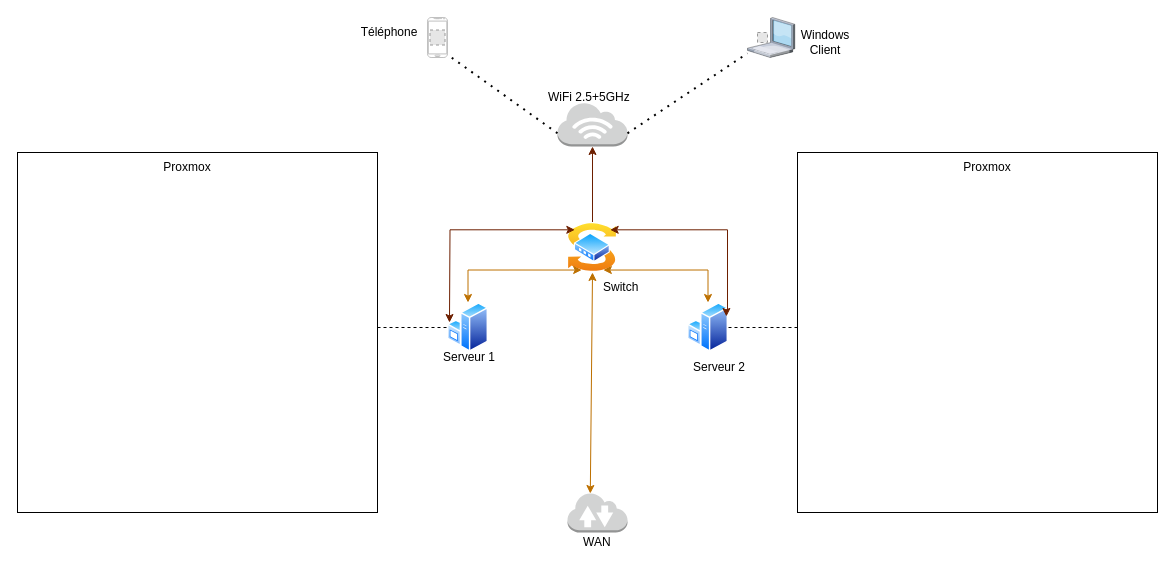
Earlier version of the draw.io diagram E5 - Schematic.drawio (E5-MMGE/Schema). Source tidied: cells renumbered, new cells numbered last; positions are measured from the earlier drawing's top-left corner, leaving out a move shared by most shapes. Both pictures are drawn from the tidied source at 100%, with x=0, y=0 at pixel (17, 17). Pictures stored in the file or linked from it are replaced by grey dashed boxes.
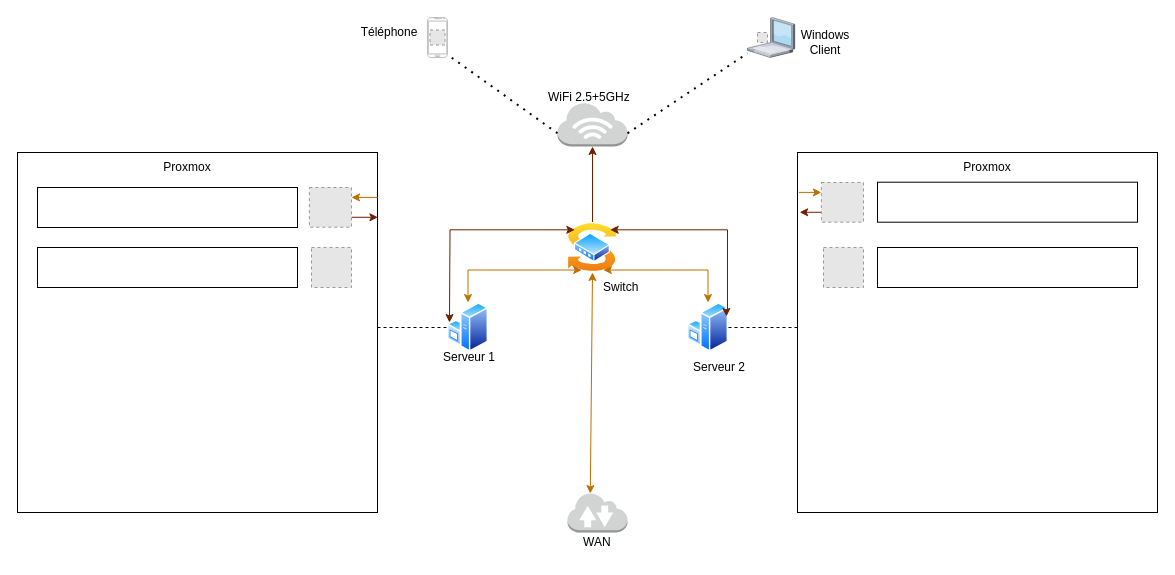
Above is the later version.

Commit message (it also covers changes not shown here):
added debian and linux logo (Networking) - added pfsense + windows inside proxmox category (drawio)

Unchanged cells that the change refers to:
```xml
<mxCell id="16" style="whiteSpace=wrap;html=1;" parent="1" vertex="1">
  <mxGeometry y="135" width="360" height="360" as="geometry" />
</mxCell>
<mxCell id="18" style="whiteSpace=wrap;html=1;" parent="1" vertex="1">
  <mxGeometry x="780" y="135" width="360" height="360" as="geometry" />
</mxCell>
```

Diff of the diagram source:
```diff
@@
+    <mxCell id="32" style="edgeStyle=orthogonalEdgeStyle;rounded=0;jettySize=auto;html=1;exitX=1;exitY=0.75;exitDx=0;exitDy=0;entryX=1.001;entryY=0.182;entryDx=0;entryDy=0;entryPerimeter=0;fillColor=#a0522d;strokeColor=#6D1F00;" parent="1" edge="1" source="34" target="16">
+      <mxGeometry relative="1" as="geometry" />
+    </mxCell>
+    <mxCell id="33" style="edgeStyle=orthogonalEdgeStyle;rounded=0;jettySize=auto;html=1;exitX=1;exitY=0.25;exitDx=0;exitDy=0;entryX=1;entryY=0.125;entryDx=0;entryDy=0;entryPerimeter=0;fillColor=#f0a30a;strokeColor=#BD7000;startArrow=classic;startFill=1;endArrow=none;endFill=0;" parent="1" edge="1" source="34" target="16">
+      <mxGeometry relative="1" as="geometry" />
+    </mxCell>
+    <mxCell id="34" style="fillColor=#E6E6E6;strokeColor=#999999;dashed=1;verticalLabelPosition=bottom;verticalAlign=top;" parent="1" vertex="1">
+      <mxGeometry x="291.9" y="170" width="42.1" height="39.7" as="geometry" />
+    </mxCell>
+    <mxCell id="35" style="edgeStyle=orthogonalEdgeStyle;rounded=0;jettySize=auto;html=1;exitX=0;exitY=0.25;exitDx=0;exitDy=0;entryX=0.004;entryY=0.112;entryDx=0;entryDy=0;entryPerimeter=0;fillColor=#f0a30a;strokeColor=#BD7000;startArrow=classic;startFill=1;endArrow=none;endFill=0;" parent="1" edge="1" source="37" target="18">
+      <mxGeometry relative="1" as="geometry" />
+    </mxCell>
+    <mxCell id="36" style="edgeStyle=orthogonalEdgeStyle;rounded=0;jettySize=auto;html=1;exitX=0;exitY=0.75;exitDx=0;exitDy=0;entryX=0.006;entryY=0.166;entryDx=0;entryDy=0;entryPerimeter=0;fillColor=#a0522d;strokeColor=#6D1F00;" parent="1" edge="1" source="37" target="18">
+      <mxGeometry relative="1" as="geometry" />
+    </mxCell>
+    <mxCell id="37" style="fillColor=#E6E6E6;strokeColor=#999999;dashed=1;verticalLabelPosition=bottom;verticalAlign=top;" parent="1" vertex="1">
+      <mxGeometry x="803.9" y="165" width="42.1" height="39.7" as="geometry" />
+    </mxCell>
+    <mxCell id="38" style="fillColor=#E6E6E6;strokeColor=#999999;dashed=1;verticalLabelPosition=bottom;verticalAlign=top;" parent="1" vertex="1">
+      <mxGeometry x="294" y="230" width="40" height="40" as="geometry" />
+    </mxCell>
+    <mxCell id="39" style="fillColor=#E6E6E6;strokeColor=#999999;dashed=1;verticalLabelPosition=bottom;verticalAlign=top;" parent="1" vertex="1">
+      <mxGeometry x="806" y="230" width="40" height="40" as="geometry" />
+    </mxCell>
+    <mxCell id="40" style="rounded=0;whiteSpace=wrap;html=1;" parent="1" vertex="1">
+      <mxGeometry x="20" y="170" width="260" height="40" as="geometry" />
+    </mxCell>
+    <mxCell id="41" style="rounded=0;whiteSpace=wrap;html=1;" parent="1" vertex="1">
+      <mxGeometry x="20" y="230" width="260" height="40" as="geometry" />
+    </mxCell>
+    <mxCell id="42" style="rounded=0;whiteSpace=wrap;html=1;" parent="1" vertex="1">
+      <mxGeometry x="860" y="164.7" width="260" height="40" as="geometry" />
+    </mxCell>
+    <mxCell id="43" style="rounded=0;whiteSpace=wrap;html=1;" parent="1" vertex="1">
+      <mxGeometry x="860" y="230" width="260" height="40" as="geometry" />
+    </mxCell>
```
